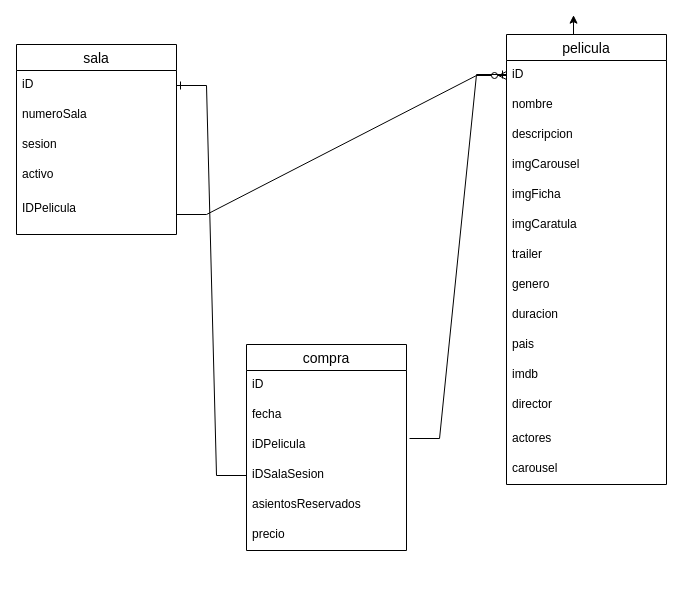
Before: baseDeDatos.drawio in jmanzana1/upgradeProyectoFinal, a draw.io diagram. Source tidied: cells renumbered, new cells numbered last; positions are measured from the earlier drawing's top-left corner, leaving out a move shared by most shapes. Both pictures are drawn from the tidied source at 100%, with x=0, y=0 at pixel (16, 34).
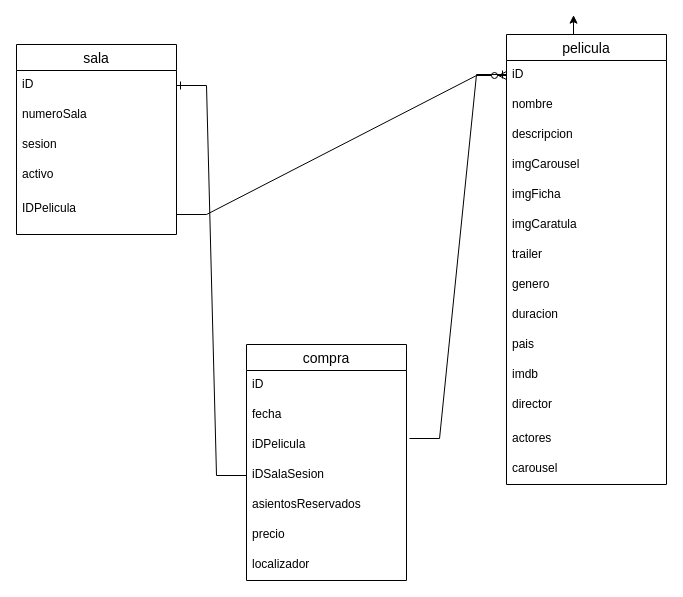
The same page after the edit.

Diff of the diagram source:
```diff
@@
     <mxCell id="25" value="compra" style="swimlane;fontStyle=0;horizontal=1;startSize=26;align=center;fontSize=14;" parent="1" vertex="1">
-      <mxGeometry x="230" y="310" width="160" height="206" as="geometry" />
+      <mxGeometry x="230" y="310" width="160" height="236" as="geometry" />
     </mxCell>
@@
+    <mxCell id="34" value="localizador" style="text;strokeColor=none;fillColor=none;spacingLeft=4;spacingRight=4;overflow=hidden;fontSize=12;" parent="25" vertex="1">
+      <mxGeometry y="206" width="160" height="30" as="geometry" />
+    </mxCell>
```
